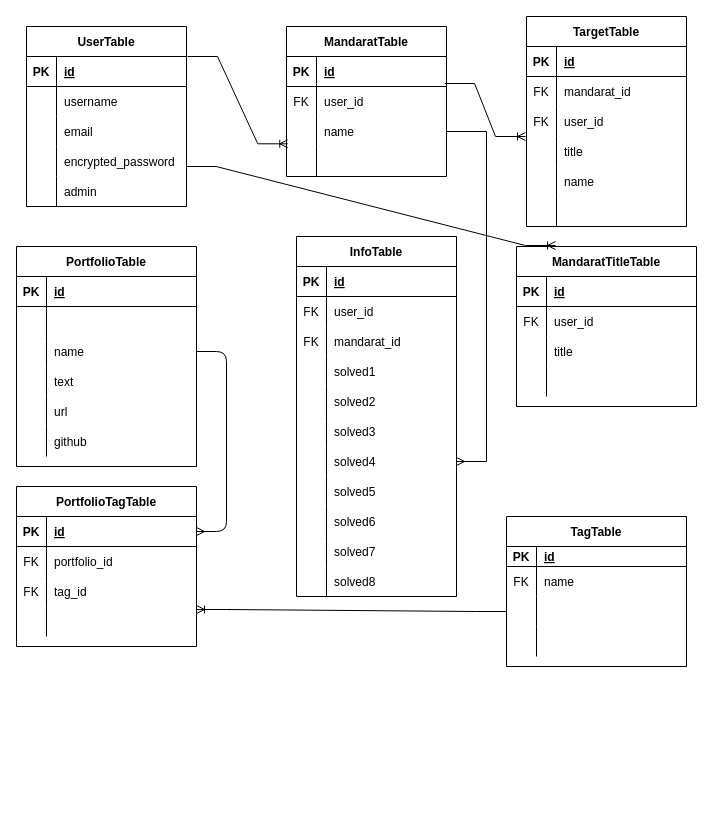
JAMChannel/mandarat-app keeps this draw.io diagram as page "ページ1" (1 of 2) of app/er.dio. Above is the earlier version. Source tidied: cells renumbered, new cells numbered last; positions are measured from the earlier drawing's top-left corner, leaving out a move shared by most shapes. Both pictures are drawn from the tidied source at 100%, with x=0, y=0 at pixel (16, 16).
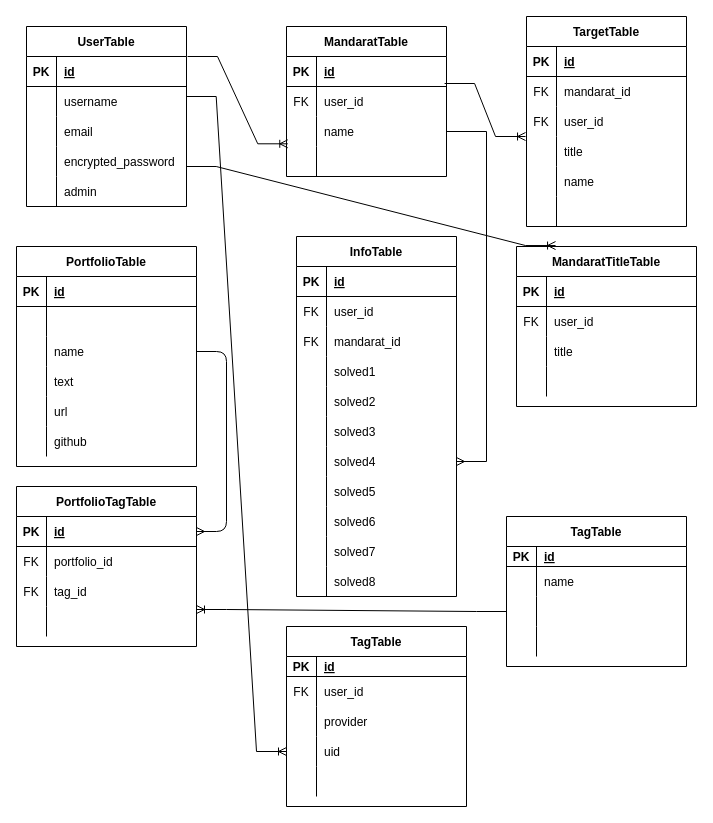
The same page after the edit.

Unchanged cells that the change refers to:
```xml
<mxCell id="69" style="shape=partialRectangle;fillColor=none;top=0;left=0;bottom=0;right=0;" parent="65" vertex="1">
  <mxGeometry y="50" width="180" height="30" as="geometry" />
</mxCell>
```

The edit, as a diff of the source:
```diff
@@
-    <mxCell id="70" value="FK" style="shape=partialRectangle;fillColor=none;top=0;left=0;bottom=0;right=0;overflow=hidden;" parent="69" vertex="1">
+    <mxCell id="70" style="shape=partialRectangle;fillColor=none;top=0;left=0;bottom=0;right=0;overflow=hidden;" parent="69" vertex="1">
       <mxGeometry width="30" height="30" as="geometry" />
     </mxCell>
@@
+    <mxCell id="148" value="TagTable" style="shape=table;startSize=30;childLayout=tableLayout;rowLines=0;fontStyle=1;align=center;" parent="1" vertex="1">
+      <mxGeometry x="270" y="610" width="180" height="180" as="geometry" />
+    </mxCell>
+    <mxCell id="149" style="shape=partialRectangle;fillColor=none;top=0;left=0;bottom=1;right=0;" parent="148" vertex="1">
+      <mxGeometry y="30" width="180" height="20" as="geometry" />
+    </mxCell>
+    <mxCell id="150" value="PK" style="shape=partialRectangle;fillColor=none;top=0;left=0;bottom=0;right=0;fontStyle=1;overflow=hidden;" parent="149" vertex="1">
+      <mxGeometry width="30" height="20" as="geometry" />
+    </mxCell>
+    <mxCell id="151" value="id" style="shape=partialRectangle;fillColor=none;top=0;left=0;bottom=0;right=0;align=left;spacingLeft=6;fontStyle=5;overflow=hidden;" parent="149" vertex="1">
+      <mxGeometry x="30" width="150" height="20" as="geometry" />
+    </mxCell>
+    <mxCell id="152" style="shape=partialRectangle;fillColor=none;top=0;left=0;bottom=0;right=0;" parent="148" vertex="1">
+      <mxGeometry y="50" width="180" height="30" as="geometry" />
+    </mxCell>
+    <mxCell id="153" value="FK" style="shape=partialRectangle;fillColor=none;top=0;left=0;bottom=0;right=0;overflow=hidden;" parent="152" vertex="1">
+      <mxGeometry width="30" height="30" as="geometry" />
+    </mxCell>
+    <mxCell id="154" value="user_id" style="shape=partialRectangle;fillColor=none;top=0;left=0;bottom=0;right=0;align=left;spacingLeft=6;overflow=hidden;" parent="152" vertex="1">
+      <mxGeometry x="30" width="150" height="30" as="geometry" />
+    </mxCell>
+    <mxCell id="155" style="shape=partialRectangle;fillColor=none;top=0;left=0;bottom=0;right=0;" parent="148" vertex="1">
+      <mxGeometry y="80" width="180" height="30" as="geometry" />
+    </mxCell>
+    <mxCell id="156" style="shape=partialRectangle;fillColor=none;top=0;left=0;bottom=0;right=0;overflow=hidden;" parent="155" vertex="1">
+      <mxGeometry width="30" height="30" as="geometry" />
+    </mxCell>
+    <mxCell id="157" value="provider" style="shape=partialRectangle;fillColor=none;top=0;left=0;bottom=0;right=0;align=left;spacingLeft=6;overflow=hidden;" parent="155" vertex="1">
+      <mxGeometry x="30" width="150" height="30" as="geometry" />
+    </mxCell>
+    <mxCell id="158" style="shape=partialRectangle;fillColor=none;top=0;left=0;bottom=0;right=0;points=[[0,0.5],[1,0.5]];portConstraint=eastwest;" parent="148" vertex="1">
+      <mxGeometry y="110" width="180" height="30" as="geometry" />
+    </mxCell>
+    <mxCell id="159" style="shape=partialRectangle;fillColor=none;top=0;left=0;bottom=0;right=0;overflow=hidden;" parent="158" vertex="1">
+      <mxGeometry width="30" height="30" as="geometry" />
+    </mxCell>
+    <mxCell id="160" value="uid" style="shape=partialRectangle;fillColor=none;top=0;left=0;bottom=0;right=0;align=left;spacingLeft=6;overflow=hidden;" parent="158" vertex="1">
+      <mxGeometry x="30" width="150" height="30" as="geometry" />
+    </mxCell>
+    <mxCell id="161" style="shape=partialRectangle;fillColor=none;top=0;left=0;bottom=0;right=0;" parent="148" vertex="1">
+      <mxGeometry y="140" width="180" height="30" as="geometry" />
+    </mxCell>
+    <mxCell id="162" style="shape=partialRectangle;fillColor=none;top=0;left=0;bottom=0;right=0;overflow=hidden;" parent="161" vertex="1">
+      <mxGeometry width="30" height="30" as="geometry" />
+    </mxCell>
+    <mxCell id="163" style="shape=partialRectangle;fillColor=none;top=0;left=0;bottom=0;right=0;align=left;spacingLeft=6;overflow=hidden;" parent="161" vertex="1">
+      <mxGeometry x="30" width="150" height="30" as="geometry" />
+    </mxCell>
+    <mxCell id="164" style="edgeStyle=entityRelationEdgeStyle;fontSize=12;html=1;endArrow=ERoneToMany;rounded=0;entryX=0;entryY=0.5;entryDx=0;entryDy=0;" parent="1" edge="1" target="158">
+      <mxGeometry relative="1" as="geometry">
+        <mxPoint x="169.7" y="80" as="sourcePoint" />
+      </mxGeometry>
+    </mxCell>
```
